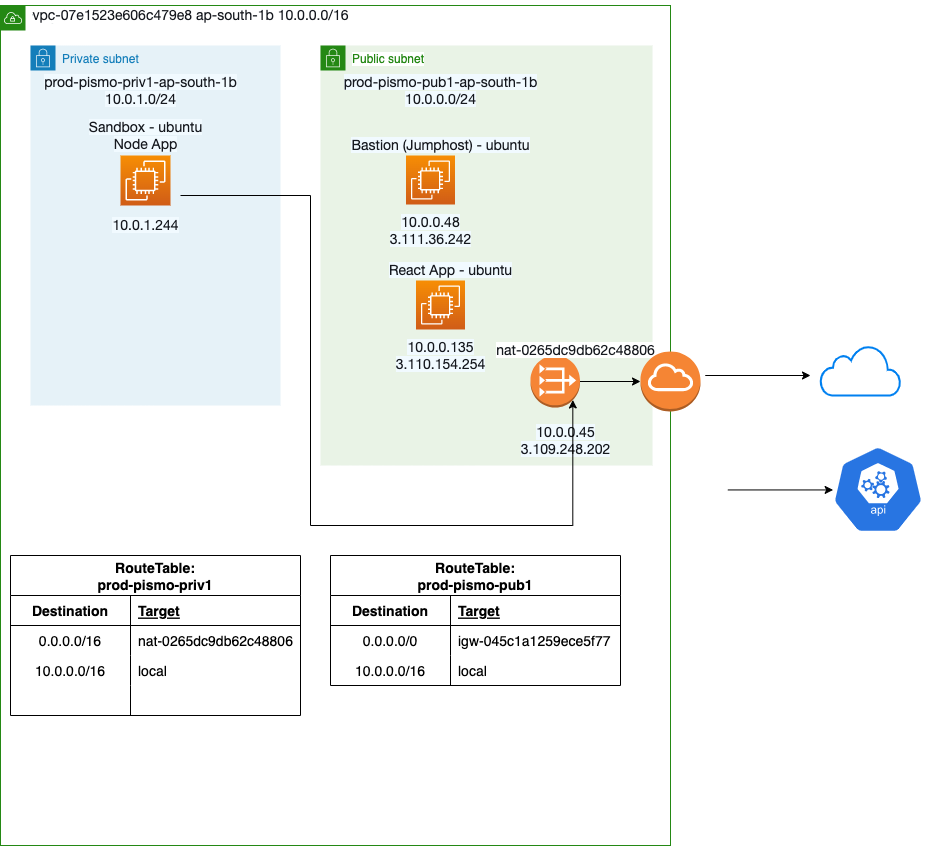
anilkumaran/aws-architecture-diagrams keeps this draw.io diagram as New NAT - VPC 04072022.drawio.png. Above is the earlier version. Source tidied: cells renumbered, new cells last; positions are measured from the earlier drawing's top-left corner, leaving out a move shared by most shapes.
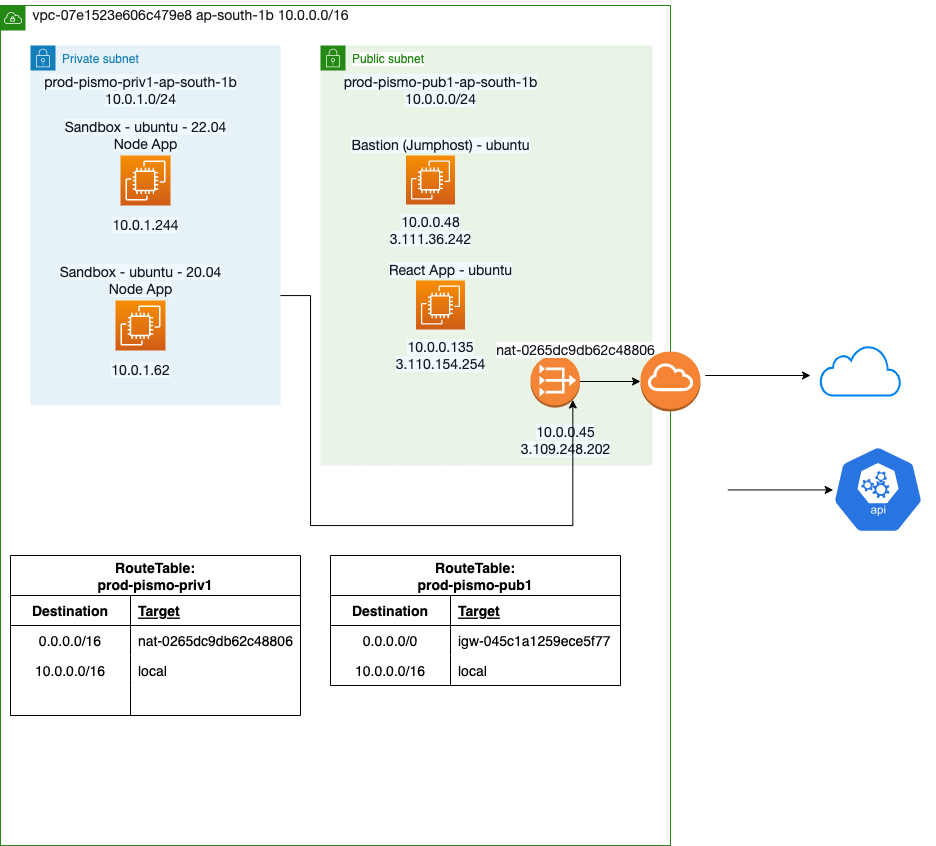
The same file after the commit.

The edit, as a diff of the source:
```diff
@@ -17,9 +17,18 @@
     <mxCell id="6" value="&lt;div style=&quot;text-align: left;&quot;&gt;&lt;span style=&quot;caret-color: rgb(22, 25, 31); color: rgb(22, 25, 31); font-family: &amp;quot;Amazon Ember&amp;quot;, &amp;quot;Helvetica Neue&amp;quot;, Roboto, Arial, sans-serif; font-size: 14px; text-size-adjust: auto; background-color: rgb(241, 250, 255);&quot;&gt;10.0.1.244&lt;/span&gt;&lt;br&gt;&lt;/div&gt;" style="text;html=1;align=center;verticalAlign=middle;fillColor=none;strokeColor=none;rounded=0;" parent="3" vertex="1">
       <mxGeometry x="70" y="165" width="90" height="30" as="geometry" />
     </mxCell>
-    <mxCell id="7" value="&lt;span style=&quot;caret-color: rgb(22, 25, 31); color: rgb(22, 25, 31); font-family: &amp;quot;Amazon Ember&amp;quot;, &amp;quot;Helvetica Neue&amp;quot;, Roboto, Arial, sans-serif; font-size: 14px; text-align: start; text-size-adjust: auto; background-color: rgb(241, 250, 255);&quot;&gt;Sandbox - ubuntu&lt;br&gt;Node App&lt;br&gt;&lt;/span&gt;" style="text;html=1;align=center;verticalAlign=middle;fillColor=none;strokeColor=none;rounded=0;" parent="3" vertex="1">
-      <mxGeometry x="45" y="65" width="140" height="50" as="geometry" />
+    <mxCell id="7" value="&lt;span style=&quot;caret-color: rgb(22, 25, 31); color: rgb(22, 25, 31); font-family: &amp;quot;Amazon Ember&amp;quot;, &amp;quot;Helvetica Neue&amp;quot;, Roboto, Arial, sans-serif; font-size: 14px; text-align: start; text-size-adjust: auto; background-color: rgb(241, 250, 255);&quot;&gt;Sandbox - ubuntu - 22.04&lt;br&gt;Node App&lt;br&gt;&lt;/span&gt;" style="text;html=1;align=center;verticalAlign=middle;fillColor=none;strokeColor=none;rounded=0;" parent="3" vertex="1">
+      <mxGeometry x="20" y="65" width="190" height="50" as="geometry" />
     </mxCell>
+    <mxCell id="50" style="sketch=0;fontColor=#232F3E;gradientColor=#F78E04;gradientDirection=north;fillColor=#D05C17;strokeColor=#ffffff;dashed=0;verticalLabelPosition=bottom;verticalAlign=top;align=center;html=1;fontSize=12;fontStyle=0;shape=mxgraph.aws4.resourceIcon;resIcon=mxgraph.aws4.ec2;" parent="3" vertex="1">
+      <mxGeometry x="85" y="255" width="50" height="50" as="geometry" />
+    </mxCell>
+    <mxCell id="51" value="&lt;div style=&quot;text-align: left;&quot;&gt;&lt;span style=&quot;caret-color: rgb(22, 25, 31); color: rgb(22, 25, 31); font-family: &amp;quot;Amazon Ember&amp;quot;, &amp;quot;Helvetica Neue&amp;quot;, Roboto, Arial, sans-serif; font-size: 14px; text-size-adjust: auto; background-color: rgb(241, 250, 255);&quot;&gt;10.0.1.62&lt;/span&gt;&lt;br&gt;&lt;/div&gt;" style="text;html=1;align=center;verticalAlign=middle;fillColor=none;strokeColor=none;rounded=0;" parent="3" vertex="1">
+      <mxGeometry x="70" y="310" width="80" height="30" as="geometry" />
+    </mxCell>
+    <mxCell id="52" value="&lt;span style=&quot;caret-color: rgb(22, 25, 31); color: rgb(22, 25, 31); font-family: &amp;quot;Amazon Ember&amp;quot;, &amp;quot;Helvetica Neue&amp;quot;, Roboto, Arial, sans-serif; font-size: 14px; text-align: start; text-size-adjust: auto; background-color: rgb(241, 250, 255);&quot;&gt;Sandbox - ubuntu - 20.04&lt;br&gt;Node App&lt;br&gt;&lt;/span&gt;" style="text;html=1;align=center;verticalAlign=middle;fillColor=none;strokeColor=none;rounded=0;" parent="3" vertex="1">
+      <mxGeometry x="15" y="210" width="190" height="50" as="geometry" />
+    </mxCell>
     <mxCell id="8" value="Public subnet" style="gradientColor=none;html=1;whiteSpace=wrap;fontSize=12;fontStyle=0;shape=mxgraph.aws4.group;grIcon=mxgraph.aws4.group_security_group;grStroke=0;strokeColor=#248814;fillColor=#E9F3E6;verticalAlign=top;align=left;spacingLeft=30;fontColor=#248814;dashed=0;labelBackgroundColor=default;" parent="2" vertex="1">
       <mxGeometry x="320" y="40" width="332" height="420" as="geometry" />
     </mxCell>
@@ -131,11 +140,10 @@
     <mxCell id="44" style="edgeStyle=orthogonalEdgeStyle;rounded=0;jettySize=auto;html=1;entryX=0;entryY=0.5;entryDx=0;entryDy=0;entryPerimeter=0;" parent="2" edge="1" source="10" target="43">
       <mxGeometry relative="1" as="geometry" />
     </mxCell>
-    <mxCell id="45" style="edgeStyle=orthogonalEdgeStyle;rounded=0;jettySize=auto;html=1;labelBorderColor=none;textOpacity=0;entryX=0.855;entryY=0.855;entryDx=0;entryDy=0;entryPerimeter=0;" parent="2" edge="1" target="10">
+    <mxCell id="45" style="edgeStyle=orthogonalEdgeStyle;rounded=0;jettySize=auto;html=1;labelBorderColor=none;textOpacity=0;entryX=0.855;entryY=0.855;entryDx=0;entryDy=0;entryPerimeter=0;" parent="2" edge="1" source="3" target="10">
       <mxGeometry relative="1" as="geometry">
-        <mxPoint x="180" y="190" as="sourcePoint" />
         <Array as="points">
-          <mxPoint x="310" y="190" />
+          <mxPoint x="310" y="290" />
           <mxPoint x="310" y="520" />
           <mxPoint x="572" y="520" />
         </Array>
```
